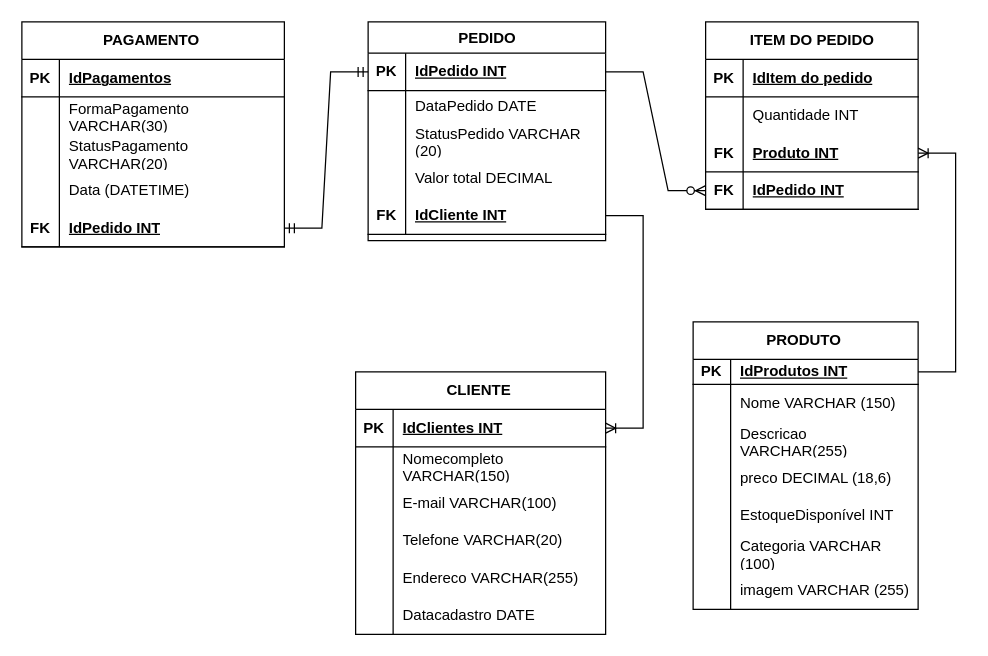
Above: page "Cópia do MODELO LOGICO" (3 of 3) of Projeto E-Commerce.drawio in A444le/PROJETO-E-COMMERCE (draw.io), before the change. Source tidied: cells renumbered, new cells numbered last; positions are measured from the earlier drawing's top-left corner, leaving out a move shared by most shapes. Both pictures are drawn from the tidied source at 125%, with x=0, y=0 at pixel (21, 21).
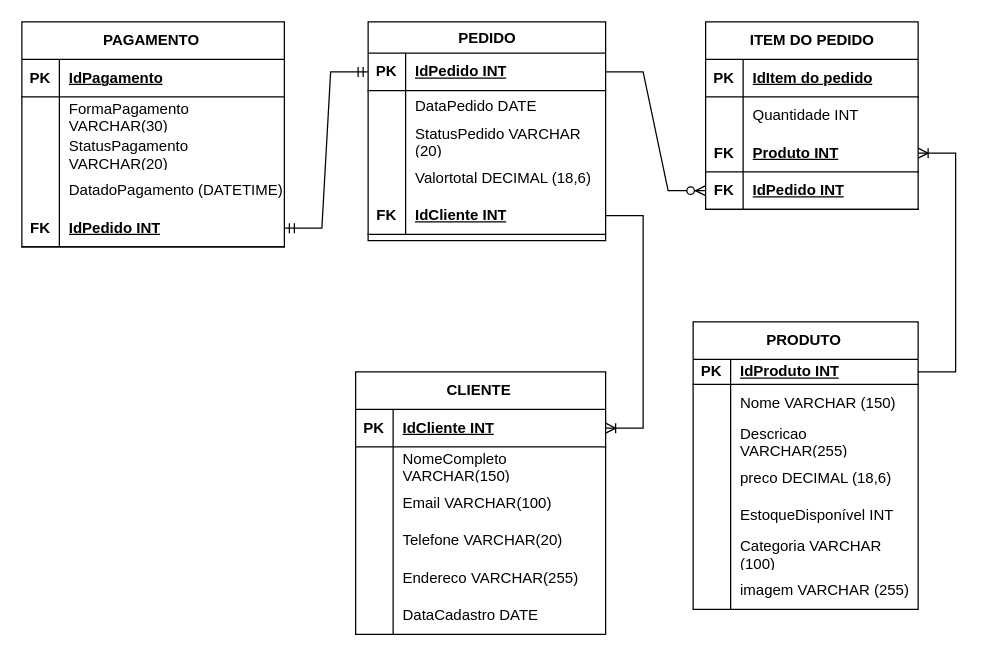
The same diagram, later.

Unchanged cells that the change refers to:
```xml
<mxCell id="3" style="shape=tableRow;horizontal=0;startSize=0;swimlaneHead=0;swimlaneBody=0;fillColor=none;top=0;left=0;right=0;bottom=1;" parent="2" vertex="1">
  <mxGeometry y="30" width="210" height="30" as="geometry" />
</mxCell>
<mxCell id="12" style="shape=tableRow;horizontal=0;startSize=0;swimlaneHead=0;swimlaneBody=0;fillColor=none;top=0;left=0;right=0;bottom=0;" parent="2" vertex="1">
  <mxGeometry y="120" width="210" height="30" as="geometry" />
</mxCell>
<mxCell id="19" style="shape=tableRow;horizontal=0;startSize=0;swimlaneHead=0;swimlaneBody=0;fillColor=none;points=[[0,0.5],[1,0.5]];portConstraint=eastwest;top=0;left=0;right=0;bottom=1;" parent="18" vertex="1">
  <mxGeometry y="30" width="180" height="20" as="geometry" />
</mxCell>
<mxCell id="50" style="shape=tableRow;horizontal=0;startSize=0;swimlaneHead=0;swimlaneBody=0;fillColor=none;top=0;left=0;right=0;bottom=0;" parent="40" vertex="1">
  <mxGeometry y="110" width="190" height="30" as="geometry" />
</mxCell>
<mxCell id="70" style="shape=tableRow;horizontal=0;startSize=0;swimlaneHead=0;swimlaneBody=0;fillColor=none;points=[[0,0.5],[1,0.5]];portConstraint=eastwest;top=0;left=0;right=0;bottom=1;" parent="69" vertex="1">
  <mxGeometry y="30" width="200" height="30" as="geometry" />
</mxCell>
<mxCell id="73" style="shape=tableRow;horizontal=0;startSize=0;swimlaneHead=0;swimlaneBody=0;fillColor=none;top=0;left=0;right=0;bottom=0;" parent="69" vertex="1">
  <mxGeometry y="60" width="200" height="30" as="geometry" />
</mxCell>
<mxCell id="76" style="shape=tableRow;horizontal=0;startSize=0;swimlaneHead=0;swimlaneBody=0;fillColor=none;top=0;left=0;right=0;bottom=0;" parent="69" vertex="1">
  <mxGeometry y="90" width="200" height="30" as="geometry" />
</mxCell>
<mxCell id="85" style="shape=tableRow;horizontal=0;startSize=0;swimlaneHead=0;swimlaneBody=0;fillColor=none;top=0;left=0;right=0;bottom=0;" parent="69" vertex="1">
  <mxGeometry y="180" width="200" height="30" as="geometry" />
</mxCell>
```

Change to the diagram source:
```diff
@@
-    <mxCell id="5" value="IdPagamentos" style="shape=partialRectangle;fillColor=none;top=0;left=0;bottom=0;right=0;align=left;spacingLeft=6;fontStyle=5;overflow=hidden;whiteSpace=wrap;html=1;" parent="3" vertex="1">
+    <mxCell id="5" value="IdPagamento" style="shape=partialRectangle;fillColor=none;top=0;left=0;bottom=0;right=0;align=left;spacingLeft=6;fontStyle=5;overflow=hidden;whiteSpace=wrap;html=1;" parent="3" vertex="1">
       <mxGeometry x="30" width="180" height="30" as="geometry" />
     </mxCell>
@@
-    <mxCell id="14" value="Data (DATETIME)" style="shape=partialRectangle;fillColor=none;top=0;left=0;bottom=0;right=0;align=left;spacingLeft=6;overflow=hidden;whiteSpace=wrap;html=1;" parent="12" vertex="1">
+    <mxCell id="14" value="DatadoPagamento (DATETIME)" style="shape=partialRectangle;fillColor=none;top=0;left=0;bottom=0;right=0;align=left;spacingLeft=6;overflow=hidden;whiteSpace=wrap;html=1;" parent="12" vertex="1">
       <mxGeometry x="30" width="180" height="30" as="geometry" />
     </mxCell>
@@
-    <mxCell id="21" value="IdProdutos INT" style="shape=partialRectangle;fillColor=none;top=0;left=0;bottom=0;right=0;align=left;spacingLeft=6;fontStyle=5;overflow=hidden;whiteSpace=wrap;html=1;" parent="19" vertex="1">
+    <mxCell id="21" value="IdProduto INT" style="shape=partialRectangle;fillColor=none;top=0;left=0;bottom=0;right=0;align=left;spacingLeft=6;fontStyle=5;overflow=hidden;whiteSpace=wrap;html=1;" parent="19" vertex="1">
       <mxGeometry x="30" width="150" height="20" as="geometry" />
     </mxCell>
@@
-    <mxCell id="52" value="Valor total DECIMAL" style="shape=partialRectangle;fillColor=none;top=0;left=0;bottom=0;right=0;align=left;spacingLeft=6;overflow=hidden;whiteSpace=wrap;html=1;" parent="50" vertex="1">
+    <mxCell id="52" value="Valortotal DECIMAL (18,6)" style="shape=partialRectangle;fillColor=none;top=0;left=0;bottom=0;right=0;align=left;spacingLeft=6;overflow=hidden;whiteSpace=wrap;html=1;" parent="50" vertex="1">
       <mxGeometry x="30" width="160" height="30" as="geometry" />
     </mxCell>
@@
-    <mxCell id="72" value="IdClientes INT" style="shape=partialRectangle;fillColor=none;top=0;left=0;bottom=0;right=0;align=left;spacingLeft=6;fontStyle=5;overflow=hidden;whiteSpace=wrap;html=1;" parent="70" vertex="1">
+    <mxCell id="72" value="IdCliente INT" style="shape=partialRectangle;fillColor=none;top=0;left=0;bottom=0;right=0;align=left;spacingLeft=6;fontStyle=5;overflow=hidden;whiteSpace=wrap;html=1;" parent="70" vertex="1">
       <mxGeometry x="30" width="170" height="30" as="geometry" />
     </mxCell>
@@
-    <mxCell id="75" value="Nomecompleto VARCHAR(150)&amp;nbsp;" style="shape=partialRectangle;fillColor=none;top=0;left=0;bottom=0;right=0;align=left;spacingLeft=6;overflow=hidden;whiteSpace=wrap;html=1;" parent="73" vertex="1">
+    <mxCell id="75" value="NomeCompleto VARCHAR(150)&amp;nbsp;" style="shape=partialRectangle;fillColor=none;top=0;left=0;bottom=0;right=0;align=left;spacingLeft=6;overflow=hidden;whiteSpace=wrap;html=1;" parent="73" vertex="1">
       <mxGeometry x="30" width="170" height="30" as="geometry" />
     </mxCell>
@@
-    <mxCell id="78" value="E-mail VARCHAR(100)" style="shape=partialRectangle;fillColor=none;top=0;left=0;bottom=0;right=0;align=left;spacingLeft=6;overflow=hidden;whiteSpace=wrap;html=1;" parent="76" vertex="1">
+    <mxCell id="78" value="Email VARCHAR(100)" style="shape=partialRectangle;fillColor=none;top=0;left=0;bottom=0;right=0;align=left;spacingLeft=6;overflow=hidden;whiteSpace=wrap;html=1;" parent="76" vertex="1">
       <mxGeometry x="30" width="170" height="30" as="geometry" />
     </mxCell>
@@
-    <mxCell id="87" value="Datacadastro DATE" style="shape=partialRectangle;fillColor=none;top=0;left=0;bottom=0;right=0;align=left;spacingLeft=6;overflow=hidden;whiteSpace=wrap;html=1;" parent="85" vertex="1">
+    <mxCell id="87" value="DataCadastro DATE" style="shape=partialRectangle;fillColor=none;top=0;left=0;bottom=0;right=0;align=left;spacingLeft=6;overflow=hidden;whiteSpace=wrap;html=1;" parent="85" vertex="1">
       <mxGeometry x="30" width="170" height="30" as="geometry" />
     </mxCell>
```
